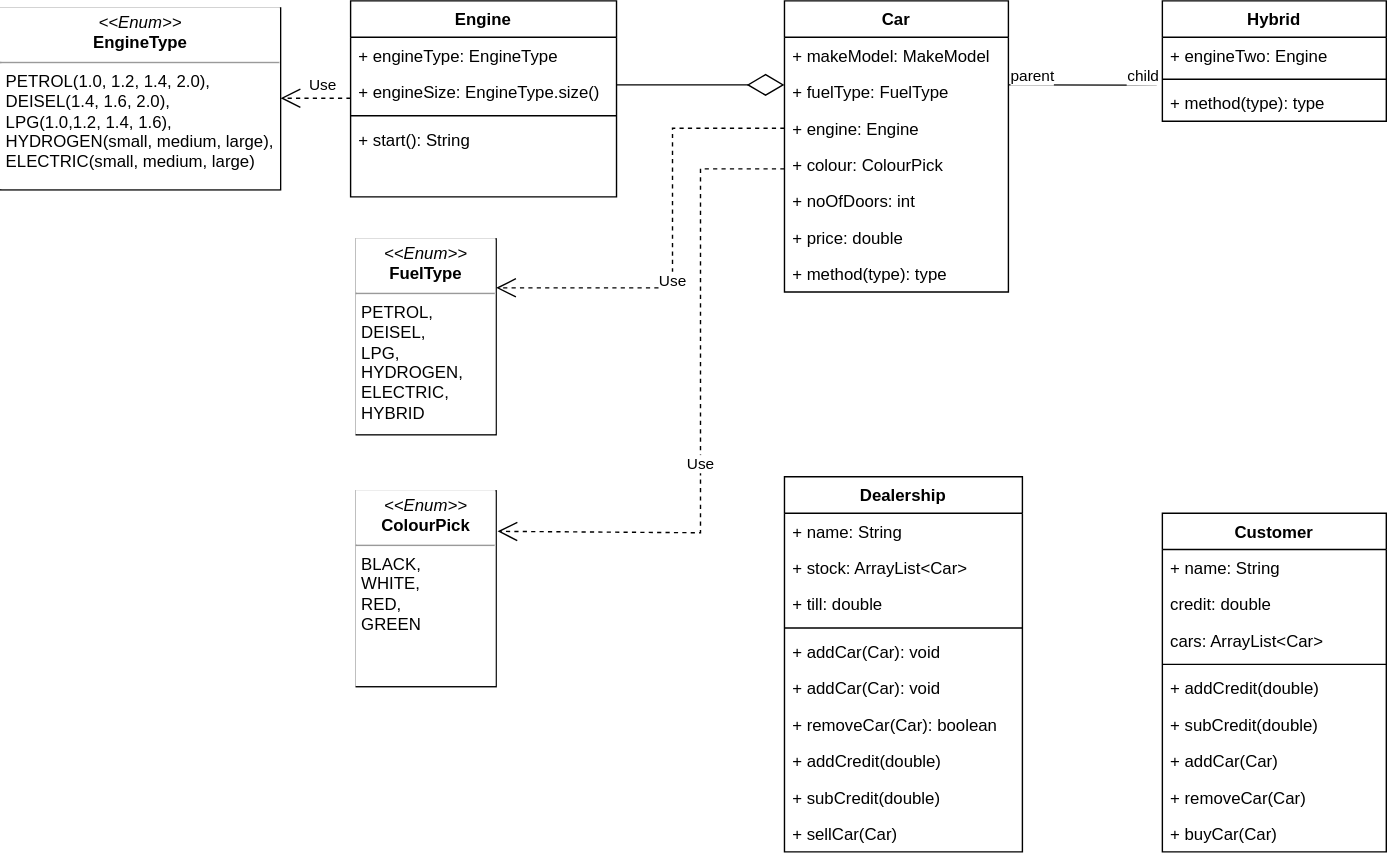
Peetfire/W12_D2_Lab_Codeclan_Cars keeps this draw.io diagram as Codeclan Cars - Class Diagram.drawio.svg. Above is the earlier version. Source tidied: cells renumbered, new cells last; positions are measured from the earlier drawing's top-left corner, leaving out a move shared by most shapes.
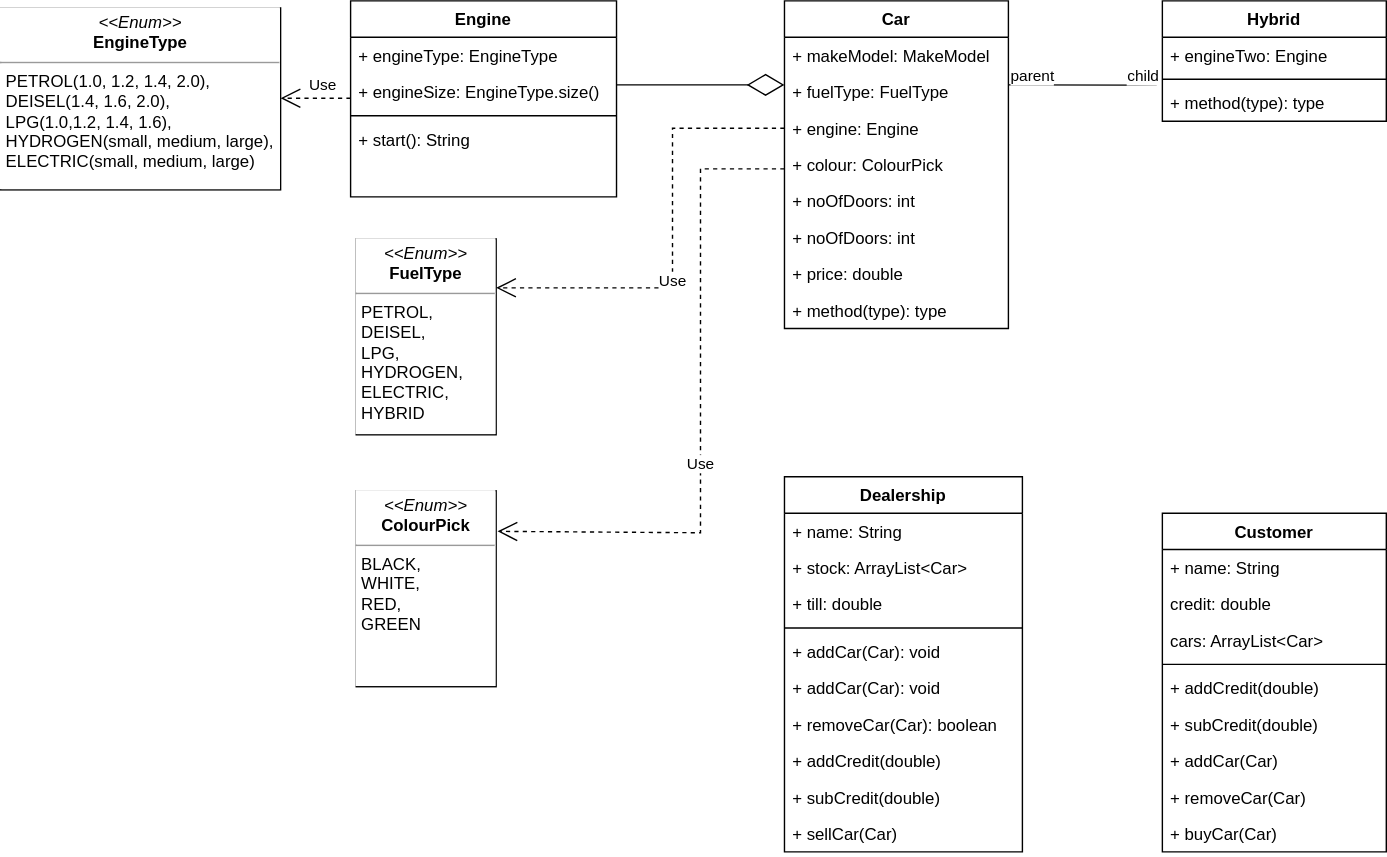
After the commit.

Commit message:
Update Codeclan Cars - Added background - Class Diagram.drawio.svg

Diff of the diagram source:
```diff
@@ -1,4 +1,4 @@
-<mxGraphModel>
+<mxGraphModel background="#ffffff">
   <root>
     <mxCell id="0" />
     <mxCell id="1" parent="0" />
@@ -30,7 +30,7 @@
       </mxGeometry>
     </mxCell>
     <mxCell id="9" value="Car" style="swimlane;fontStyle=1;align=center;verticalAlign=top;horizontal=1;startSize=26;labelBackgroundColor=default;" parent="1" vertex="1">
-      <mxGeometry x="560" width="160" height="208" as="geometry" />
+      <mxGeometry x="560" width="160" height="234" as="geometry" />
     </mxCell>
     <mxCell id="10" value="+ makeModel: MakeModel    " style="text;strokeColor=none;fillColor=none;align=left;verticalAlign=top;spacingLeft=4;spacingRight=4;overflow=hidden;labelBackgroundColor=default;" parent="9" vertex="1">
       <mxGeometry y="26" width="160" height="26" as="geometry" />
@@ -47,14 +47,17 @@
     <mxCell id="14" value="+ noOfDoors: int" style="text;strokeColor=none;fillColor=none;align=left;verticalAlign=top;spacingLeft=4;spacingRight=4;overflow=hidden;labelBackgroundColor=default;" parent="9" vertex="1">
       <mxGeometry y="130" width="160" height="26" as="geometry" />
     </mxCell>
+    <mxCell id="51" value="+ noOfDoors: int" style="text;strokeColor=none;fillColor=none;align=left;verticalAlign=top;spacingLeft=4;spacingRight=4;overflow=hidden;labelBackgroundColor=default;" parent="9" vertex="1">
+      <mxGeometry y="156" width="160" height="26" as="geometry" />
+    </mxCell>
     <mxCell id="15" value="+ price: double" style="text;strokeColor=none;fillColor=none;align=left;verticalAlign=top;spacingLeft=4;spacingRight=4;overflow=hidden;labelBackgroundColor=default;" parent="9" vertex="1">
-      <mxGeometry y="156" width="160" height="26" as="geometry" />
+      <mxGeometry y="182" width="160" height="26" as="geometry" />
     </mxCell>
     <mxCell id="16" style="line;strokeWidth=1;fillColor=none;align=left;verticalAlign=middle;spacingTop=-1;spacingLeft=3;spacingRight=3;labelPosition=right;labelBackgroundColor=default;" parent="9" vertex="1">
-      <mxGeometry y="182" width="160" as="geometry" />
+      <mxGeometry y="208" width="160" as="geometry" />
     </mxCell>
     <mxCell id="17" value="+ method(type): type" style="text;strokeColor=none;fillColor=none;align=left;verticalAlign=top;spacingLeft=4;spacingRight=4;overflow=hidden;labelBackgroundColor=default;" parent="9" vertex="1">
-      <mxGeometry y="182" width="160" height="26" as="geometry" />
+      <mxGeometry y="208" width="160" height="26" as="geometry" />
     </mxCell>
     <mxCell id="18" value="Hybrid" style="swimlane;fontStyle=1;align=center;verticalAlign=top;horizontal=1;startSize=26;labelBackgroundColor=default;" parent="1" vertex="1">
       <mxGeometry x="830" width="160" height="86" as="geometry" />
```
